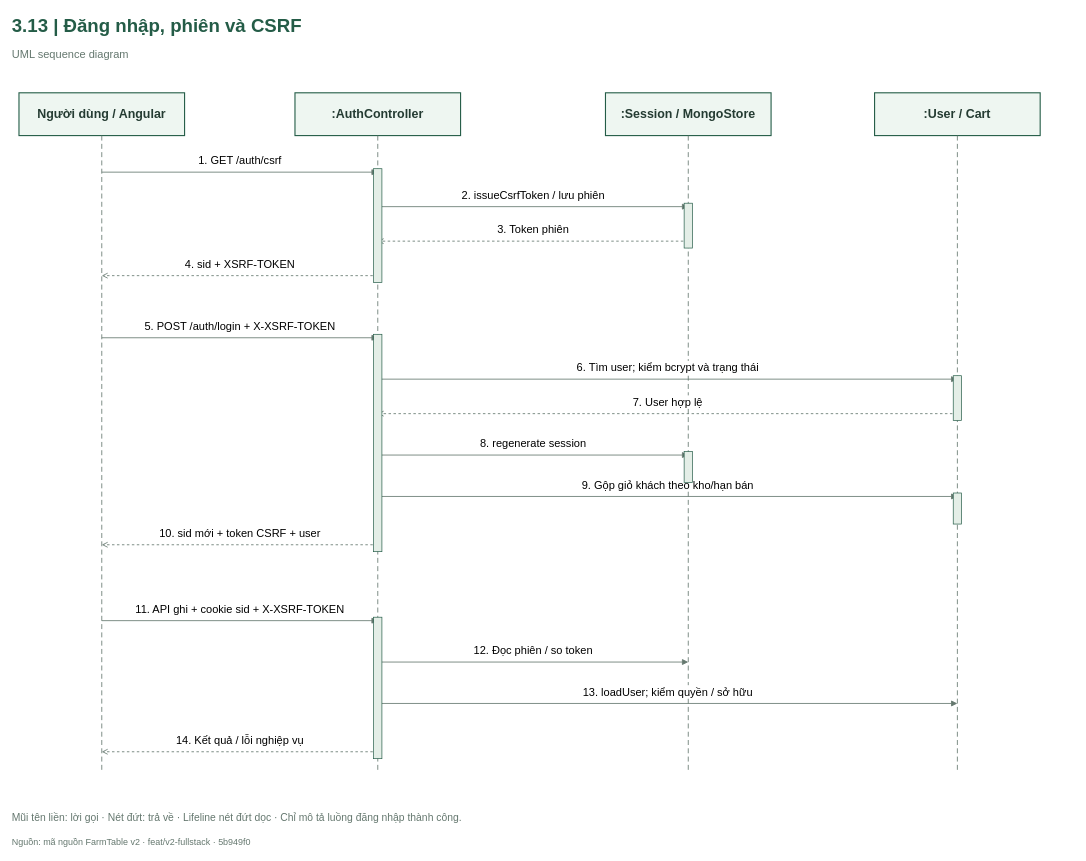
The draw.io diagram FarmTable_Chuong3/So_do_BA/drawio/Hinh_3_13.drawio in hathu1272006-eng/PTWnangcao, before the edit. Source tidied: cells renumbered, new cells numbered last; positions are measured from the earlier drawing's top-left corner, leaving out a move shared by most shapes. Both pictures are drawn from the tidied source at 69%, with x=0, y=0 at pixel (12, 12).
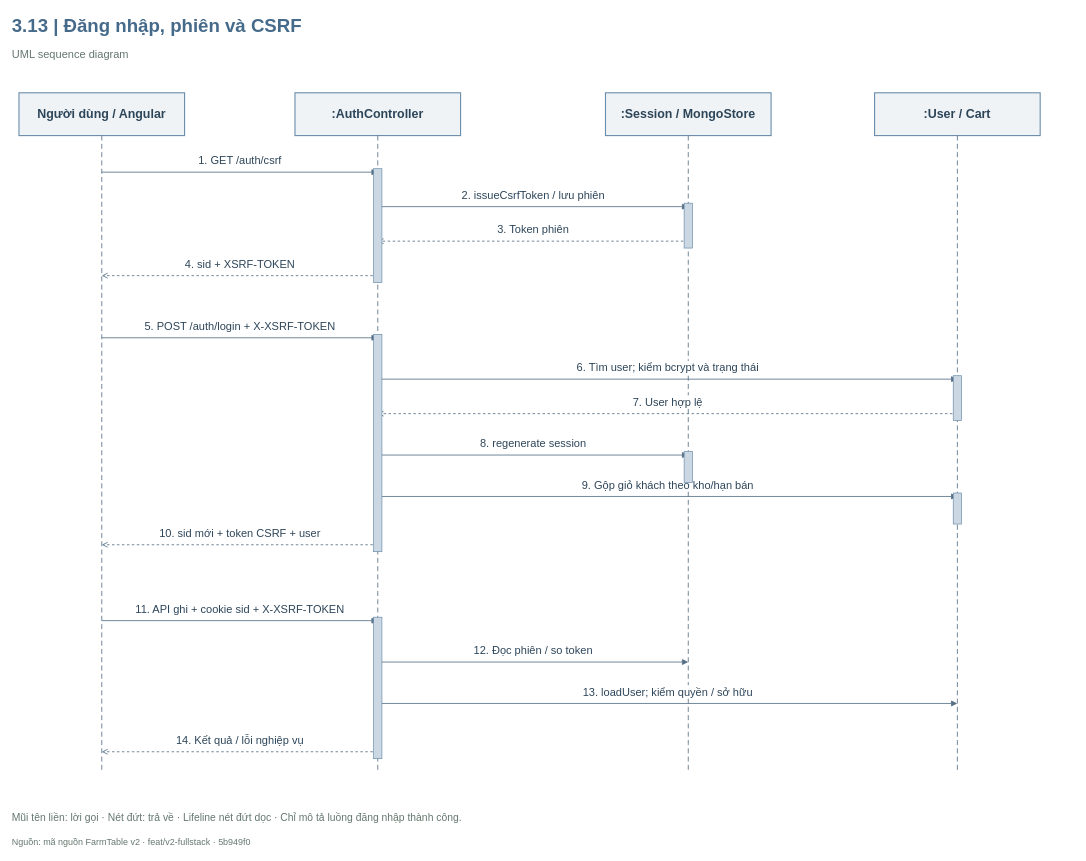
After the change.

What changed in the source:
```diff
@@
-    <mxCell id="2" value="3.13  |  Đăng nhập, phiên và CSRF" style="html=1;whiteSpace=wrap;fontFamily=Arial;fontSize=18;fontColor=#243B32;strokeColor=#245C47;strokeWidth=1.6;fillColor=#FFFFFF;spacing=8;text;strokeColor=none;fillColor=none;align=left;verticalAlign=middle;fontSize=27;fontStyle=1;fontColor=#245C47;spacing=0;" parent="1" vertex="1">
+    <mxCell id="2" value="3.13  |  Đăng nhập, phiên và CSRF" style="html=1;whiteSpace=wrap;fontFamily=Arial;fontSize=18;strokeColor=#245C47;strokeWidth=1.6;fillColor=#FFFFFF;spacing=8;text;strokeColor=none;fillColor=none;align=left;verticalAlign=middle;fontSize=27;fontStyle=1;spacing=0;fontColor=#466A8A;" parent="1" vertex="1">
       <mxGeometry width="1540" height="40" as="geometry" />
     </mxCell>
@@
-    <mxCell id="4" value="Người dùng / Angular" style="html=1;whiteSpace=wrap;fontFamily=Arial;fontSize=18;fontColor=#243B32;strokeColor=#245C47;strokeWidth=1.6;fillColor=#FFFFFF;spacing=8;rounded=0;fillColor=#EEF6F1;fontStyle=1;fontSize=18;" parent="1" vertex="1">
+    <mxCell id="4" value="Người dùng / Angular" style="html=1;whiteSpace=wrap;fontFamily=Arial;fontSize=18;strokeWidth=1.6;spacing=8;rounded=0;fontStyle=1;fontSize=18;fillColor=#EFF3F6;strokeColor=#6A8DAB;fontColor=#2D4559;" parent="1" vertex="1">
       <mxGeometry x="10" y="117" width="240" height="62" as="geometry" />
     </mxCell>
-    <mxCell id="5" style="edgeStyle=none;html=1;endArrow=none;strokeColor=#64776E;strokeWidth=1.2;dashed=1;dashPattern=6 4;" parent="1" edge="1">
+    <mxCell id="5" style="edgeStyle=none;html=1;endArrow=none;strokeWidth=1.2;dashed=1;dashPattern=6 4;strokeColor=#556F85;fontColor=#2D4559;" parent="1" edge="1">
       <mxGeometry relative="1" as="geometry">
         <mxPoint x="130" y="179" as="sourcePoint" />
         <mxPoint x="130" y="1102" as="targetPoint" />
       </mxGeometry>
     </mxCell>
-    <mxCell id="6" value=":AuthController" style="html=1;whiteSpace=wrap;fontFamily=Arial;fontSize=18;fontColor=#243B32;strokeColor=#245C47;strokeWidth=1.6;fillColor=#FFFFFF;spacing=8;rounded=0;fillColor=#EEF6F1;fontStyle=1;fontSize=18;" parent="1" vertex="1">
+    <mxCell id="6" value=":AuthController" style="html=1;whiteSpace=wrap;fontFamily=Arial;fontSize=18;strokeWidth=1.6;spacing=8;rounded=0;fontStyle=1;fontSize=18;fillColor=#EFF3F6;strokeColor=#6A8DAB;fontColor=#2D4559;" parent="1" vertex="1">
       <mxGeometry x="410" y="117" width="240" height="62" as="geometry" />
     </mxCell>
-    <mxCell id="7" style="edgeStyle=none;html=1;endArrow=none;strokeColor=#64776E;strokeWidth=1.2;dashed=1;dashPattern=6 4;" parent="1" edge="1">
+    <mxCell id="7" style="edgeStyle=none;html=1;endArrow=none;strokeWidth=1.2;dashed=1;dashPattern=6 4;strokeColor=#556F85;fontColor=#2D4559;" parent="1" edge="1">
       <mxGeometry relative="1" as="geometry">
         <mxPoint x="530" y="179" as="sourcePoint" />
         <mxPoint x="530" y="1102" as="targetPoint" />
       </mxGeometry>
     </mxCell>
-    <mxCell id="8" value=":Session / MongoStore" style="html=1;whiteSpace=wrap;fontFamily=Arial;fontSize=18;fontColor=#243B32;strokeColor=#245C47;strokeWidth=1.6;fillColor=#FFFFFF;spacing=8;rounded=0;fillColor=#EEF6F1;fontStyle=1;fontSize=18;" parent="1" vertex="1">
+    <mxCell id="8" value=":Session / MongoStore" style="html=1;whiteSpace=wrap;fontFamily=Arial;fontSize=18;strokeWidth=1.6;spacing=8;rounded=0;fontStyle=1;fontSize=18;fillColor=#EFF3F6;strokeColor=#6A8DAB;fontColor=#2D4559;" parent="1" vertex="1">
       <mxGeometry x="860" y="117" width="240" height="62" as="geometry" />
     </mxCell>
-    <mxCell id="9" style="edgeStyle=none;html=1;endArrow=none;strokeColor=#64776E;strokeWidth=1.2;dashed=1;dashPattern=6 4;" parent="1" edge="1">
+    <mxCell id="9" style="edgeStyle=none;html=1;endArrow=none;strokeWidth=1.2;dashed=1;dashPattern=6 4;strokeColor=#556F85;fontColor=#2D4559;" parent="1" edge="1">
       <mxGeometry relative="1" as="geometry">
         <mxPoint x="980" y="179" as="sourcePoint" />
         <mxPoint x="980" y="1102" as="targetPoint" />
       </mxGeometry>
     </mxCell>
-    <mxCell id="10" value=":User / Cart" style="html=1;whiteSpace=wrap;fontFamily=Arial;fontSize=18;fontColor=#243B32;strokeColor=#245C47;strokeWidth=1.6;fillColor=#FFFFFF;spacing=8;rounded=0;fillColor=#EEF6F1;fontStyle=1;fontSize=18;" parent="1" vertex="1">
+    <mxCell id="10" value=":User / Cart" style="html=1;whiteSpace=wrap;fontFamily=Arial;fontSize=18;strokeWidth=1.6;spacing=8;rounded=0;fontStyle=1;fontSize=18;fillColor=#EFF3F6;strokeColor=#6A8DAB;fontColor=#2D4559;" parent="1" vertex="1">
       <mxGeometry x="1250" y="117" width="240" height="62" as="geometry" />
     </mxCell>
-    <mxCell id="11" style="edgeStyle=none;html=1;endArrow=none;strokeColor=#64776E;strokeWidth=1.2;dashed=1;dashPattern=6 4;" parent="1" edge="1">
+    <mxCell id="11" style="edgeStyle=none;html=1;endArrow=none;strokeWidth=1.2;dashed=1;dashPattern=6 4;strokeColor=#556F85;fontColor=#2D4559;" parent="1" edge="1">
       <mxGeometry relative="1" as="geometry">
         <mxPoint x="1370" y="179" as="sourcePoint" />
         <mxPoint x="1370" y="1102" as="targetPoint" />
       </mxGeometry>
     </mxCell>
-    <mxCell id="12" value="1. GET /auth/csrf" style="edgeStyle=none;html=1;endArrow=none;strokeColor=#64776E;strokeWidth=1.2;endArrow=block;endFill=1;fontSize=16;labelBackgroundColor=#FFFFFF;verticalAlign=bottom;spacingBottom=5;" parent="1" edge="1">
+    <mxCell id="12" value="1. GET /auth/csrf" style="edgeStyle=none;html=1;endArrow=none;strokeWidth=1.2;endArrow=block;endFill=1;fontSize=16;labelBackgroundColor=#FFFFFF;verticalAlign=bottom;spacingBottom=5;strokeColor=#556F85;fontColor=#2D4559;" parent="1" edge="1">
       <mxGeometry relative="1" as="geometry">
         <mxPoint x="130" y="232" as="sourcePoint" />
         <mxPoint x="530" y="232" as="targetPoint" />
       </mxGeometry>
     </mxCell>
-    <mxCell id="13" value="2. issueCsrfToken / lưu phiên" style="edgeStyle=none;html=1;endArrow=none;strokeColor=#64776E;strokeWidth=1.2;endArrow=block;endFill=1;fontSize=16;labelBackgroundColor=#FFFFFF;verticalAlign=bottom;spacingBottom=5;" parent="1" edge="1">
+    <mxCell id="13" value="2. issueCsrfToken / lưu phiên" style="edgeStyle=none;html=1;endArrow=none;strokeWidth=1.2;endArrow=block;endFill=1;fontSize=16;labelBackgroundColor=#FFFFFF;verticalAlign=bottom;spacingBottom=5;strokeColor=#556F85;fontColor=#2D4559;" parent="1" edge="1">
       <mxGeometry relative="1" as="geometry">
         <mxPoint x="530" y="282" as="sourcePoint" />
         <mxPoint x="980" y="282" as="targetPoint" />
       </mxGeometry>
     </mxCell>
-    <mxCell id="14" value="3. Token phiên" style="edgeStyle=none;html=1;endArrow=none;strokeColor=#64776E;strokeWidth=1.2;endArrow=open;endFill=0;dashed=1;fontSize=16;labelBackgroundColor=#FFFFFF;verticalAlign=bottom;spacingBottom=5;" parent="1" edge="1">
+    <mxCell id="14" value="3. Token phiên" style="edgeStyle=none;html=1;endArrow=none;strokeWidth=1.2;endArrow=open;endFill=0;dashed=1;fontSize=16;labelBackgroundColor=#FFFFFF;verticalAlign=bottom;spacingBottom=5;strokeColor=#556F85;fontColor=#2D4559;" parent="1" edge="1">
       <mxGeometry relative="1" as="geometry">
         <mxPoint x="980" y="332" as="sourcePoint" />
         <mxPoint x="530" y="332" as="targetPoint" />
       </mxGeometry>
     </mxCell>
-    <mxCell id="15" value="4. sid + XSRF-TOKEN" style="edgeStyle=none;html=1;endArrow=none;strokeColor=#64776E;strokeWidth=1.2;endArrow=open;endFill=0;dashed=1;fontSize=16;labelBackgroundColor=#FFFFFF;verticalAlign=bottom;spacingBottom=5;" parent="1" edge="1">
+    <mxCell id="15" value="4. sid + XSRF-TOKEN" style="edgeStyle=none;html=1;endArrow=none;strokeWidth=1.2;endArrow=open;endFill=0;dashed=1;fontSize=16;labelBackgroundColor=#FFFFFF;verticalAlign=bottom;spacingBottom=5;strokeColor=#556F85;fontColor=#2D4559;" parent="1" edge="1">
       <mxGeometry relative="1" as="geometry">
         <mxPoint x="530" y="382" as="sourcePoint" />
         <mxPoint x="130" y="382" as="targetPoint" />
       </mxGeometry>
     </mxCell>
-    <mxCell id="16" value="5. POST /auth/login + X-XSRF-TOKEN" style="edgeStyle=none;html=1;endArrow=none;strokeColor=#64776E;strokeWidth=1.2;endArrow=block;endFill=1;fontSize=16;labelBackgroundColor=#FFFFFF;verticalAlign=bottom;spacingBottom=5;" parent="1" edge="1">
+    <mxCell id="16" value="5. POST /auth/login + X-XSRF-TOKEN" style="edgeStyle=none;html=1;endArrow=none;strokeWidth=1.2;endArrow=block;endFill=1;fontSize=16;labelBackgroundColor=#FFFFFF;verticalAlign=bottom;spacingBottom=5;strokeColor=#556F85;fontColor=#2D4559;" parent="1" edge="1">
       <mxGeometry relative="1" as="geometry">
         <mxPoint x="130" y="472" as="sourcePoint" />
         <mxPoint x="530" y="472" as="targetPoint" />
       </mxGeometry>
     </mxCell>
-    <mxCell id="17" value="6. Tìm user; kiểm bcrypt và trạng thái" style="edgeStyle=none;html=1;endArrow=none;strokeColor=#64776E;strokeWidth=1.2;endArrow=block;endFill=1;fontSize=16;labelBackgroundColor=#FFFFFF;verticalAlign=bottom;spacingBottom=5;" parent="1" edge="1">
+    <mxCell id="17" value="6. Tìm user; kiểm bcrypt và trạng thái" style="edgeStyle=none;html=1;endArrow=none;strokeWidth=1.2;endArrow=block;endFill=1;fontSize=16;labelBackgroundColor=#FFFFFF;verticalAlign=bottom;spacingBottom=5;strokeColor=#556F85;fontColor=#2D4559;" parent="1" edge="1">
       <mxGeometry relative="1" as="geometry">
         <mxPoint x="530" y="532" as="sourcePoint" />
         <mxPoint x="1370" y="532" as="targetPoint" />
       </mxGeometry>
     </mxCell>
-    <mxCell id="18" value="7. User hợp lệ" style="edgeStyle=none;html=1;endArrow=none;strokeColor=#64776E;strokeWidth=1.2;endArrow=open;endFill=0;dashed=1;fontSize=16;labelBackgroundColor=#FFFFFF;verticalAlign=bottom;spacingBottom=5;" parent="1" edge="1">
+    <mxCell id="18" value="7. User hợp lệ" style="edgeStyle=none;html=1;endArrow=none;strokeWidth=1.2;endArrow=open;endFill=0;dashed=1;fontSize=16;labelBackgroundColor=#FFFFFF;verticalAlign=bottom;spacingBottom=5;strokeColor=#556F85;fontColor=#2D4559;" parent="1" edge="1">
       <mxGeometry relative="1" as="geometry">
         <mxPoint x="1370" y="582" as="sourcePoint" />
         <mxPoint x="530" y="582" as="targetPoint" />
       </mxGeometry>
     </mxCell>
-    <mxCell id="19" value="8. regenerate session" style="edgeStyle=none;html=1;endArrow=none;strokeColor=#64776E;strokeWidth=1.2;endArrow=block;endFill=1;fontSize=16;labelBackgroundColor=#FFFFFF;verticalAlign=bottom;spacingBottom=5;" parent="1" edge="1">
+    <mxCell id="19" value="8. regenerate session" style="edgeStyle=none;html=1;endArrow=none;strokeWidth=1.2;endArrow=block;endFill=1;fontSize=16;labelBackgroundColor=#FFFFFF;verticalAlign=bottom;spacingBottom=5;strokeColor=#556F85;fontColor=#2D4559;" parent="1" edge="1">
       <mxGeometry relative="1" as="geometry">
         <mxPoint x="530" y="642" as="sourcePoint" />
         <mxPoint x="980" y="642" as="targetPoint" />
       </mxGeometry>
     </mxCell>
-    <mxCell id="20" value="9. Gộp giỏ khách theo kho/hạn bán" style="edgeStyle=none;html=1;endArrow=none;strokeColor=#64776E;strokeWidth=1.2;endArrow=block;endFill=1;fontSize=16;labelBackgroundColor=#FFFFFF;verticalAlign=bottom;spacingBottom=5;" parent="1" edge="1">
+    <mxCell id="20" value="9. Gộp giỏ khách theo kho/hạn bán" style="edgeStyle=none;html=1;endArrow=none;strokeWidth=1.2;endArrow=block;endFill=1;fontSize=16;labelBackgroundColor=#FFFFFF;verticalAlign=bottom;spacingBottom=5;strokeColor=#556F85;fontColor=#2D4559;" parent="1" edge="1">
       <mxGeometry relative="1" as="geometry">
         <mxPoint x="530" y="702" as="sourcePoint" />
         <mxPoint x="1370" y="702" as="targetPoint" />
       </mxGeometry>
     </mxCell>
-    <mxCell id="21" value="10. sid mới + token CSRF + user" style="edgeStyle=none;html=1;endArrow=none;strokeColor=#64776E;strokeWidth=1.2;endArrow=open;endFill=0;dashed=1;fontSize=16;labelBackgroundColor=#FFFFFF;verticalAlign=bottom;spacingBottom=5;" parent="1" edge="1">
+    <mxCell id="21" value="10. sid mới + token CSRF + user" style="edgeStyle=none;html=1;endArrow=none;strokeWidth=1.2;endArrow=open;endFill=0;dashed=1;fontSize=16;labelBackgroundColor=#FFFFFF;verticalAlign=bottom;spacingBottom=5;strokeColor=#556F85;fontColor=#2D4559;" parent="1" edge="1">
       <mxGeometry relative="1" as="geometry">
         <mxPoint x="530" y="772" as="sourcePoint" />
         <mxPoint x="130" y="772" as="targetPoint" />
       </mxGeometry>
     </mxCell>
-    <mxCell id="22" value="11. API ghi + cookie sid + X-XSRF-TOKEN" style="edgeStyle=none;html=1;endArrow=none;strokeColor=#64776E;strokeWidth=1.2;endArrow=block;endFill=1;fontSize=16;labelBackgroundColor=#FFFFFF;verticalAlign=bottom;spacingBottom=5;" parent="1" edge="1">
+    <mxCell id="22" value="11. API ghi + cookie sid + X-XSRF-TOKEN" style="edgeStyle=none;html=1;endArrow=none;strokeWidth=1.2;endArrow=block;endFill=1;fontSize=16;labelBackgroundColor=#FFFFFF;verticalAlign=bottom;spacingBottom=5;strokeColor=#556F85;fontColor=#2D4559;" parent="1" edge="1">
       <mxGeometry relative="1" as="geometry">
         <mxPoint x="130" y="882" as="sourcePoint" />
         <mxPoint x="530" y="882" as="targetPoint" />
       </mxGeometry>
     </mxCell>
-    <mxCell id="23" value="12. Đọc phiên / so token" style="edgeStyle=none;html=1;endArrow=none;strokeColor=#64776E;strokeWidth=1.2;endArrow=block;endFill=1;fontSize=16;labelBackgroundColor=#FFFFFF;verticalAlign=bottom;spacingBottom=5;" parent="1" edge="1">
+    <mxCell id="23" value="12. Đọc phiên / so token" style="edgeStyle=none;html=1;endArrow=none;strokeWidth=1.2;endArrow=block;endFill=1;fontSize=16;labelBackgroundColor=#FFFFFF;verticalAlign=bottom;spacingBottom=5;strokeColor=#556F85;fontColor=#2D4559;" parent="1" edge="1">
       <mxGeometry relative="1" as="geometry">
         <mxPoint x="530" y="942" as="sourcePoint" />
         <mxPoint x="980" y="942" as="targetPoint" />
       </mxGeometry>
     </mxCell>
-    <mxCell id="24" value="13. loadUser; kiểm quyền / sở hữu" style="edgeStyle=none;html=1;endArrow=none;strokeColor=#64776E;strokeWidth=1.2;endArrow=block;endFill=1;fontSize=16;labelBackgroundColor=#FFFFFF;verticalAlign=bottom;spacingBottom=5;" parent="1" edge="1">
+    <mxCell id="24" value="13. loadUser; kiểm quyền / sở hữu" style="edgeStyle=none;html=1;endArrow=none;strokeWidth=1.2;endArrow=block;endFill=1;fontSize=16;labelBackgroundColor=#FFFFFF;verticalAlign=bottom;spacingBottom=5;strokeColor=#556F85;fontColor=#2D4559;" parent="1" edge="1">
       <mxGeometry relative="1" as="geometry">
         <mxPoint x="530" y="1002" as="sourcePoint" />
         <mxPoint x="1370" y="1002" as="targetPoint" />
       </mxGeometry>
     </mxCell>
-    <mxCell id="25" value="14. Kết quả / lỗi nghiệp vụ" style="edgeStyle=none;html=1;endArrow=none;strokeColor=#64776E;strokeWidth=1.2;endArrow=open;endFill=0;dashed=1;fontSize=16;labelBackgroundColor=#FFFFFF;verticalAlign=bottom;spacingBottom=5;" parent="1" edge="1">
+    <mxCell id="25" value="14. Kết quả / lỗi nghiệp vụ" style="edgeStyle=none;html=1;endArrow=none;strokeWidth=1.2;endArrow=open;endFill=0;dashed=1;fontSize=16;labelBackgroundColor=#FFFFFF;verticalAlign=bottom;spacingBottom=5;strokeColor=#556F85;fontColor=#2D4559;" parent="1" edge="1">
       <mxGeometry relative="1" as="geometry">
         <mxPoint x="530" y="1072" as="sourcePoint" />
         <mxPoint x="130" y="1072" as="targetPoint" />
       </mxGeometry>
     </mxCell>
-    <mxCell id="26" style="html=1;whiteSpace=wrap;fontFamily=Arial;fontSize=18;fontColor=#243B32;strokeColor=#245C47;strokeWidth=1.6;fillColor=#FFFFFF;spacing=8;rounded=0;fillColor=#E4EEE7;strokeWidth=1;" parent="1" vertex="1">
+    <mxCell id="26" style="html=1;whiteSpace=wrap;fontFamily=Arial;fontSize=18;strokeWidth=1.6;spacing=8;rounded=0;strokeWidth=1;fillColor=#CBD7E2;strokeColor=#6A8DAB;fontColor=#2D4559;" parent="1" vertex="1">
       <mxGeometry x="524" y="227" width="12" height="165" as="geometry" />
     </mxCell>
-    <mxCell id="27" style="html=1;whiteSpace=wrap;fontFamily=Arial;fontSize=18;fontColor=#243B32;strokeColor=#245C47;strokeWidth=1.6;fillColor=#FFFFFF;spacing=8;rounded=0;fillColor=#E4EEE7;strokeWidth=1;" parent="1" vertex="1">
+    <mxCell id="27" style="html=1;whiteSpace=wrap;fontFamily=Arial;fontSize=18;strokeWidth=1.6;spacing=8;rounded=0;strokeWidth=1;fillColor=#CBD7E2;strokeColor=#6A8DAB;fontColor=#2D4559;" parent="1" vertex="1">
       <mxGeometry x="524" y="467" width="12" height="315" as="geometry" />
     </mxCell>
-    <mxCell id="28" style="html=1;whiteSpace=wrap;fontFamily=Arial;fontSize=18;fontColor=#243B32;strokeColor=#245C47;strokeWidth=1.6;fillColor=#FFFFFF;spacing=8;rounded=0;fillColor=#E4EEE7;strokeWidth=1;" parent="1" vertex="1">
+    <mxCell id="28" style="html=1;whiteSpace=wrap;fontFamily=Arial;fontSize=18;strokeWidth=1.6;spacing=8;rounded=0;strokeWidth=1;fillColor=#CBD7E2;strokeColor=#6A8DAB;fontColor=#2D4559;" parent="1" vertex="1">
       <mxGeometry x="524" y="877" width="12" height="205" as="geometry" />
     </mxCell>
-    <mxCell id="29" style="html=1;whiteSpace=wrap;fontFamily=Arial;fontSize=18;fontColor=#243B32;strokeColor=#245C47;strokeWidth=1.6;fillColor=#FFFFFF;spacing=8;rounded=0;fillColor=#E4EEE7;strokeWidth=1;" parent="1" vertex="1">
+    <mxCell id="29" style="html=1;whiteSpace=wrap;fontFamily=Arial;fontSize=18;strokeWidth=1.6;spacing=8;rounded=0;strokeWidth=1;fillColor=#CBD7E2;strokeColor=#6A8DAB;fontColor=#2D4559;" parent="1" vertex="1">
       <mxGeometry x="974" y="277" width="12" height="65" as="geometry" />
     </mxCell>
-    <mxCell id="30" style="html=1;whiteSpace=wrap;fontFamily=Arial;fontSize=18;fontColor=#243B32;strokeColor=#245C47;strokeWidth=1.6;fillColor=#FFFFFF;spacing=8;rounded=0;fillColor=#E4EEE7;strokeWidth=1;" parent="1" vertex="1">
+    <mxCell id="30" style="html=1;whiteSpace=wrap;fontFamily=Arial;fontSize=18;strokeWidth=1.6;spacing=8;rounded=0;strokeWidth=1;fillColor=#CBD7E2;strokeColor=#6A8DAB;fontColor=#2D4559;" parent="1" vertex="1">
       <mxGeometry x="974" y="637" width="12" height="45" as="geometry" />
     </mxCell>
-    <mxCell id="31" style="html=1;whiteSpace=wrap;fontFamily=Arial;fontSize=18;fontColor=#243B32;strokeColor=#245C47;strokeWidth=1.6;fillColor=#FFFFFF;spacing=8;rounded=0;fillColor=#E4EEE7;strokeWidth=1;" parent="1" vertex="1">
+    <mxCell id="31" style="html=1;whiteSpace=wrap;fontFamily=Arial;fontSize=18;strokeWidth=1.6;spacing=8;rounded=0;strokeWidth=1;fillColor=#CBD7E2;strokeColor=#6A8DAB;fontColor=#2D4559;" parent="1" vertex="1">
       <mxGeometry x="1364" y="527" width="12" height="65" as="geometry" />
     </mxCell>
-    <mxCell id="32" style="html=1;whiteSpace=wrap;fontFamily=Arial;fontSize=18;fontColor=#243B32;strokeColor=#245C47;strokeWidth=1.6;fillColor=#FFFFFF;spacing=8;rounded=0;fillColor=#E4EEE7;strokeWidth=1;" parent="1" vertex="1">
+    <mxCell id="32" style="html=1;whiteSpace=wrap;fontFamily=Arial;fontSize=18;strokeWidth=1.6;spacing=8;rounded=0;strokeWidth=1;fillColor=#CBD7E2;strokeColor=#6A8DAB;fontColor=#2D4559;" parent="1" vertex="1">
       <mxGeometry x="1364" y="697" width="12" height="45" as="geometry" />
     </mxCell>
```
